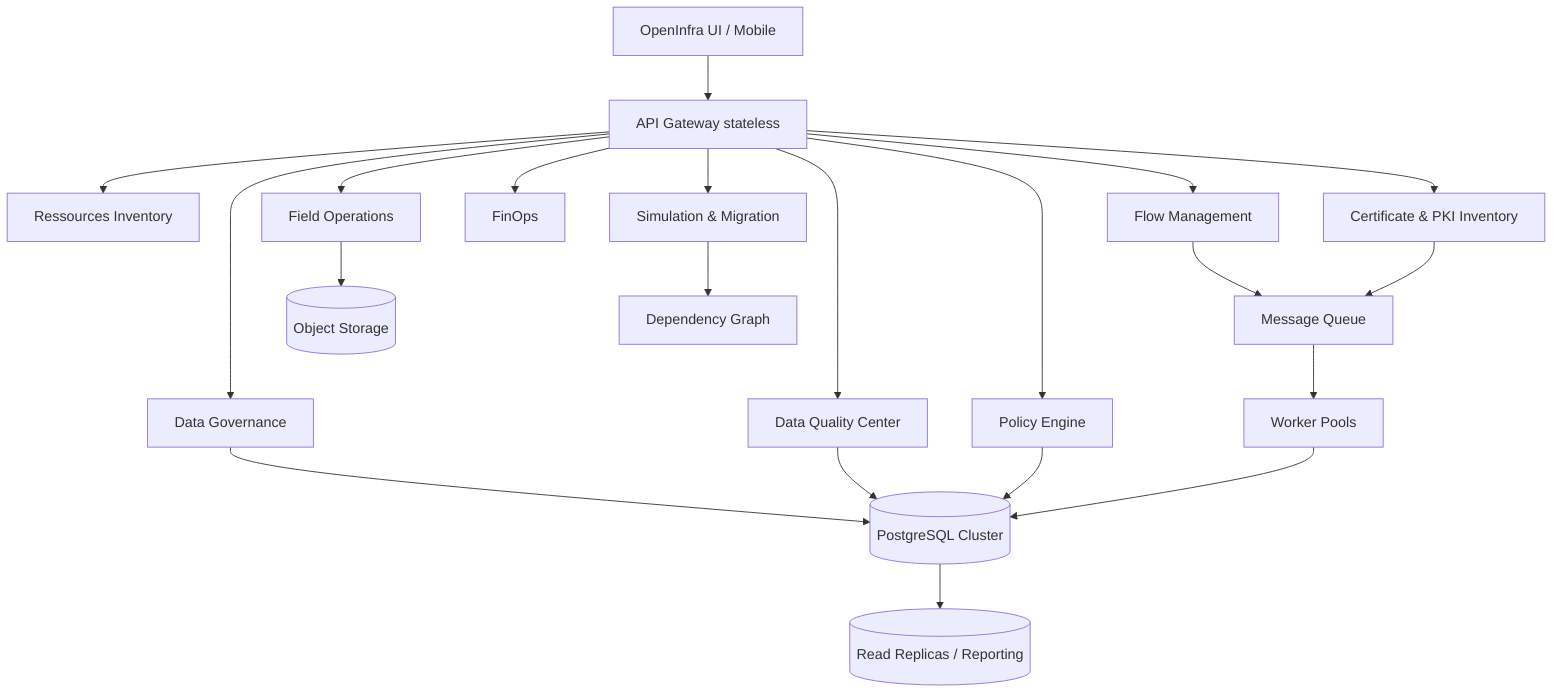
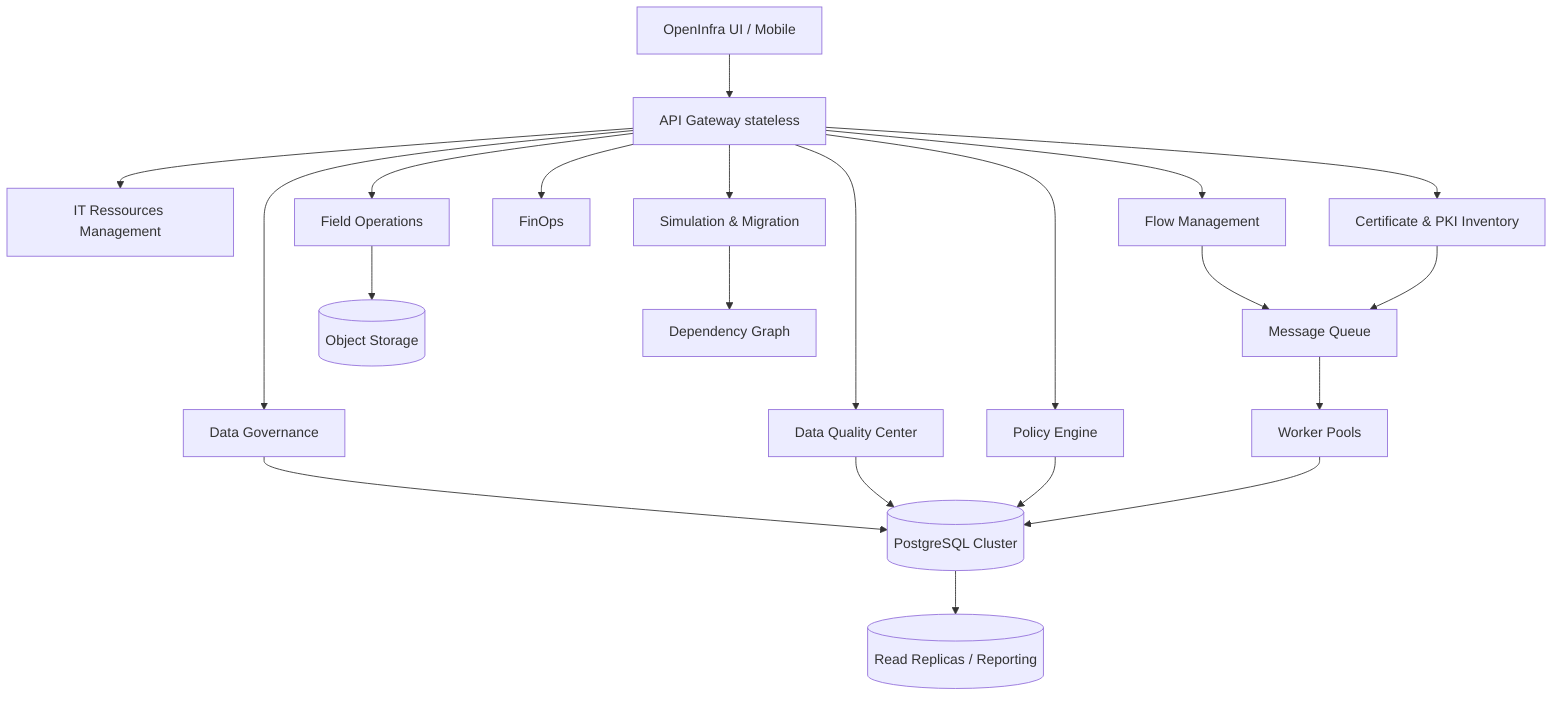
flowchart TB
  UI[OpenInfra UI / Mobile] --> API[API Gateway stateless]
-   API --> RI[Ressources Inventory]
+   API --> ITRM[IT Ressources Management]
  API --> GOV[Data Governance]
  API --> DQ[Data Quality Center]
  API --> FLOW[Flow Management]
  API --> CERT[Certificate & PKI Inventory]
  API --> FIN[FinOps]
  API --> FIELD[Field Operations]
  API --> SIM[Simulation & Migration]
  API --> POLICY[Policy Engine]
  GOV --> PG[(PostgreSQL Cluster)]
  DQ --> PG
  FLOW --> MQ[Message Queue]
  CERT --> MQ
  FIELD --> OBJ[(Object Storage)]
  SIM --> GRAPH[Dependency Graph]
  POLICY --> PG
  MQ --> WORKERS[Worker Pools]
  WORKERS --> PG
  PG --> REPLICA[(Read Replicas / Reporting)]
